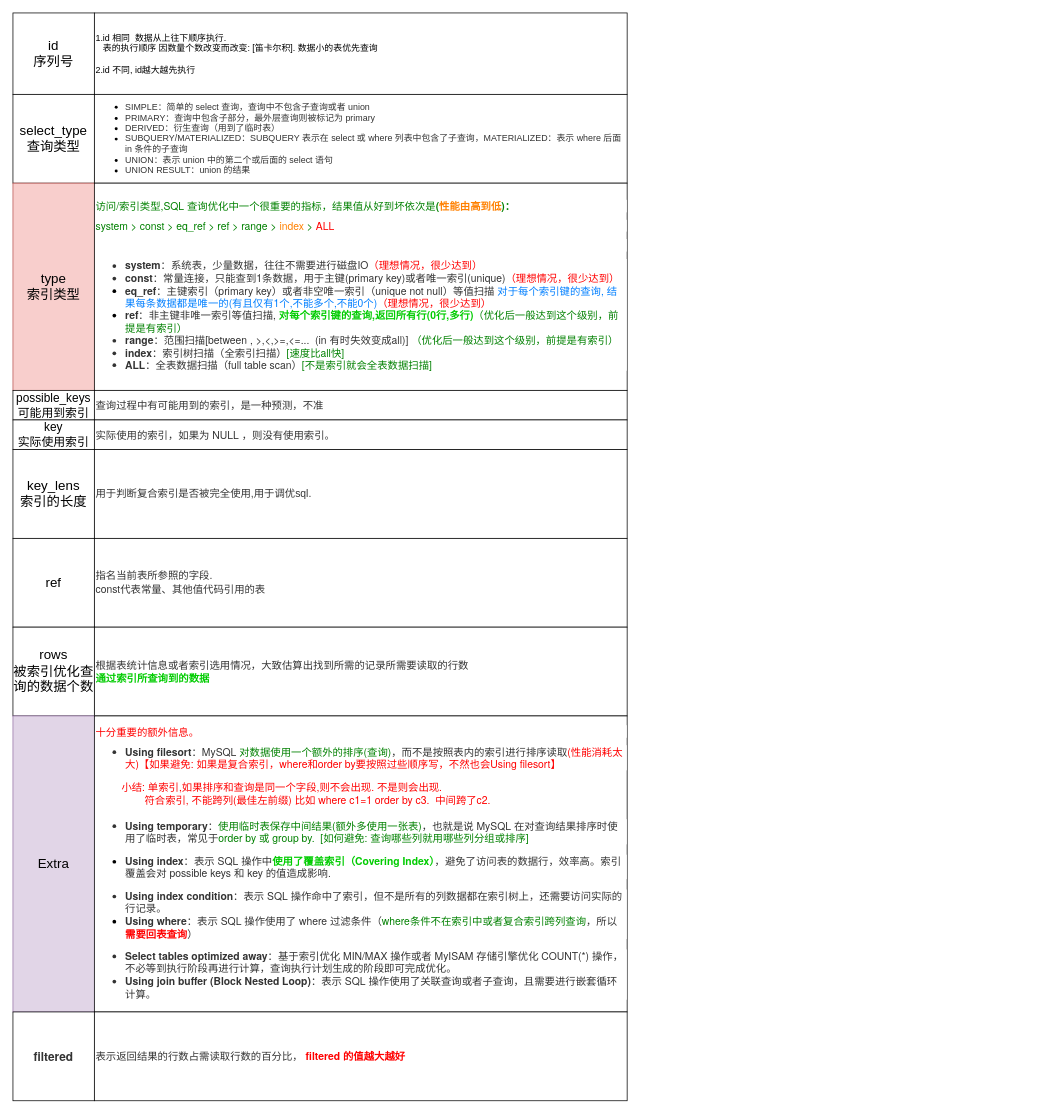
Earlier version of the draw.io diagram page "执行计划" (4 of 4) of Mysql.drawio (bayern01kahn/Tech_Diagrams). Source tidied: cells renumbered, new cells numbered last; positions are measured from the earlier drawing's top-left corner, leaving out a move shared by most shapes. Both pictures are drawn from the tidied source at 74%, with x=0, y=0 at pixel (13, 13).
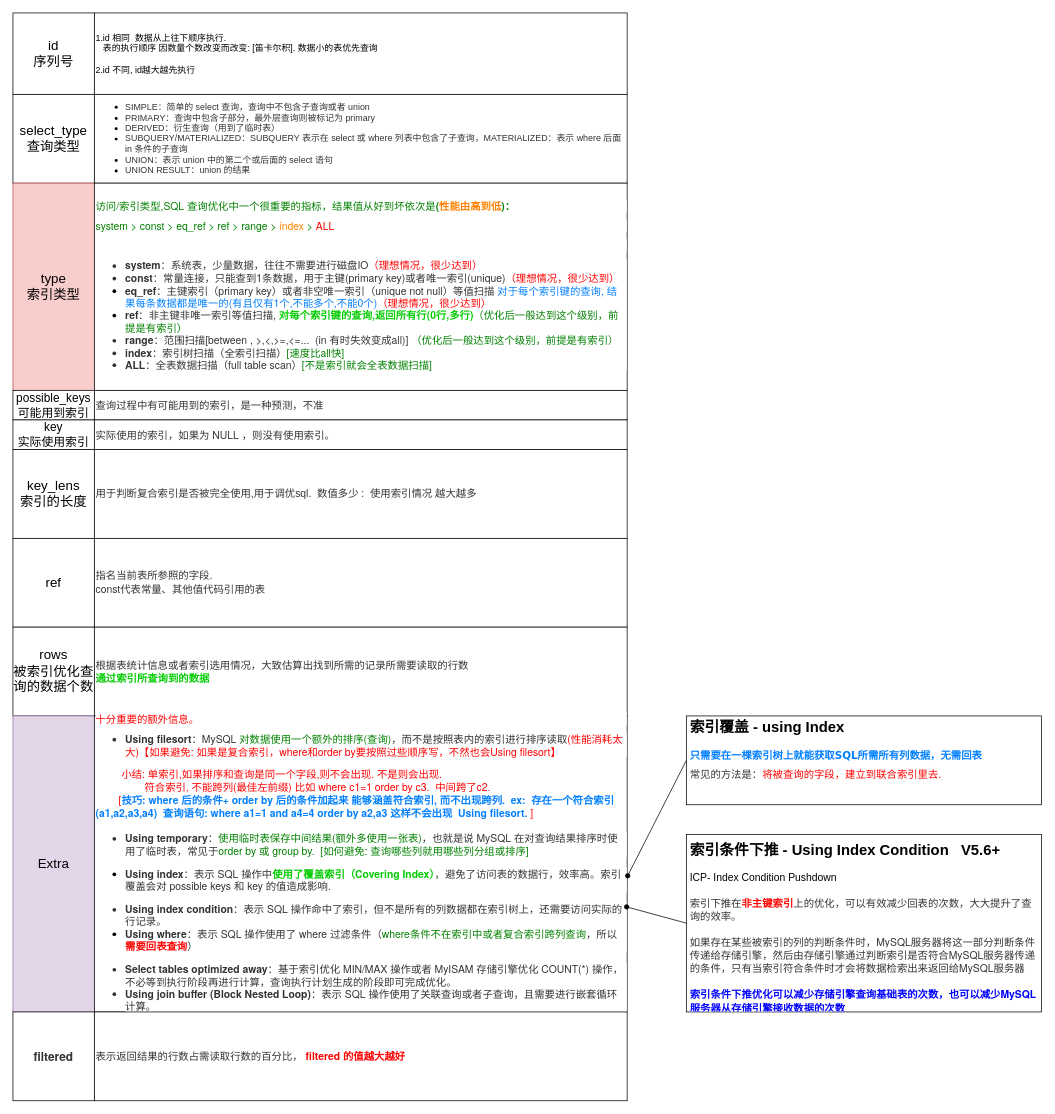
The same page after the edit.

The edit, as a diff of the source:
```diff
@@
-    <mxCell id="13" value="&lt;div&gt;&lt;font color=&quot;#333333&quot; size=&quot;1&quot;&gt;&lt;span style=&quot;background-color: rgb(255 , 255 , 255) ; font-size: 14px&quot;&gt;用于判断复合索引是否被完全使用,用于调优sql.&lt;/span&gt;&lt;/font&gt;&lt;/div&gt;" style="rounded=0;whiteSpace=wrap;html=1;align=left;" parent="1" vertex="1">
+    <mxCell id="13" value="&lt;div&gt;&lt;font color=&quot;#333333&quot; size=&quot;1&quot;&gt;&lt;span style=&quot;background-color: rgb(255 , 255 , 255) ; font-size: 14px&quot;&gt;用于判断复合索引是否被完全使用,用于调优sql.&amp;nbsp; 数值多少 :&amp;nbsp; 使用索引情况 越大越多&lt;/span&gt;&lt;/font&gt;&lt;/div&gt;" style="rounded=0;whiteSpace=wrap;html=1;align=left;" parent="1" vertex="1">
       <mxGeometry x="110" y="590" width="720" height="120" as="geometry" />
     </mxCell>
@@
-    <mxCell id="19" value="&lt;p style=&quot;margin: 10px auto ; padding: 0px ; color: rgb(51 , 51 , 51) ; font-family: &amp;#34;pingfang sc&amp;#34; , &amp;#34;microsoft yahei&amp;#34; , &amp;#34;helvetica neue&amp;#34; , &amp;#34;helvetica&amp;#34; , &amp;#34;arial&amp;#34; , sans-serif ; font-size: 14px ; background-color: rgb(255 , 255 , 255)&quot;&gt;&lt;span style=&quot;margin: 0px ; padding: 0px ; color: rgb(255 , 0 , 0)&quot;&gt;十分重要的额外信息。&lt;/span&gt;&lt;/p&gt;&lt;ul style=&quot;margin: 0px 0px 1em 40px ; padding: 0px ; color: rgb(51 , 51 , 51) ; font-family: &amp;#34;pingfang sc&amp;#34; , &amp;#34;microsoft yahei&amp;#34; , &amp;#34;helvetica neue&amp;#34; , &amp;#34;helvetica&amp;#34; , &amp;#34;arial&amp;#34; , sans-serif ; font-size: 14px ; background-color: rgb(255 , 255 , 255)&quot;&gt;&lt;li style=&quot;margin: 0px ; padding: 0px ; list-style-type: disc&quot;&gt;&lt;strong style=&quot;margin: 0px ; padding: 0px&quot;&gt;Using filesort&lt;/strong&gt;：MySQL&amp;nbsp;&lt;span style=&quot;margin: 0px ; padding: 0px ; color: rgb(0 , 128 , 0)&quot;&gt;对数据使用一个额外的排序(查询)&lt;/span&gt;，而不是按照表内的索引进行排序读取&lt;span style=&quot;margin: 0px ; padding: 0px ; color: rgb(255 , 0 , 0)&quot;&gt;(性能消耗太大)【如果避免: 如果是复合索引，where和order by要按照过些顺序写，不然也会Using filesort】&lt;/span&gt;&lt;/li&gt;&lt;/ul&gt;&lt;div&gt;&lt;font color=&quot;#ff0000&quot; face=&quot;pingfang sc, microsoft yahei, helvetica neue, helvetica, arial, sans-serif&quot;&gt;&lt;span style=&quot;font-size: 14px&quot;&gt;&amp;nbsp; &amp;nbsp; &amp;nbsp; &amp;nbsp; &amp;nbsp;小结: 单索引,如果排序和查询是同一个字段,则不会出现. 不是则会出现.&lt;/span&gt;&lt;/font&gt;&lt;/div&gt;&lt;div&gt;&lt;font color=&quot;#ff0000&quot; face=&quot;pingfang sc, microsoft yahei, helvetica neue, helvetica, arial, sans-serif&quot;&gt;&lt;span style=&quot;font-size: 14px&quot;&gt;&amp;nbsp; &amp;nbsp; &amp;nbsp; &amp;nbsp; &amp;nbsp; &amp;nbsp; &amp;nbsp; &amp;nbsp; &amp;nbsp;符合索引, 不能跨列(最佳左前缀) 比如 where c1=1 order by c3.&amp;nbsp; 中间跨了c2.&lt;/span&gt;&lt;/font&gt;&lt;/div&gt;&lt;div&gt;&lt;font color=&quot;#ff0000&quot; face=&quot;pingfang sc, microsoft yahei, helvetica neue, helvetica, arial, sans-serif&quot;&gt;&lt;span style=&quot;font-size: 14px&quot;&gt;&lt;br&gt;&lt;/span&gt;&lt;/font&gt;&lt;/div&gt;&lt;ul style=&quot;margin: 0px 0px 1em 40px ; padding: 0px ; color: rgb(51 , 51 , 51) ; font-family: &amp;#34;pingfang sc&amp;#34; , &amp;#34;microsoft yahei&amp;#34; , &amp;#34;helvetica neue&amp;#34; , &amp;#34;helvetica&amp;#34; , &amp;#34;arial&amp;#34; , sans-serif ; font-size: 14px ; background-color: rgb(255 , 255 , 255)&quot;&gt;&lt;li style=&quot;margin: 0px ; padding: 0px ; list-style-type: disc&quot;&gt;&lt;strong style=&quot;margin: 0px ; padding: 0px&quot;&gt;Using temporary&lt;/strong&gt;：&lt;span style=&quot;margin: 0px ; padding: 0px ; color: rgb(0 , 128 , 0)&quot;&gt;使用临时表保存中间结果(额外多使用一张表)&lt;/span&gt;，也就是说 MySQL 在对查询结果排序时使用了临时表，常见于&lt;span style=&quot;margin: 0px ; padding: 0px ; color: rgb(0 , 128 , 0)&quot;&gt;order by 或 group by.&amp;nbsp; [如何避免: 查询哪些列就用哪些列分组或排序]&lt;/span&gt;&lt;/li&gt;&lt;/ul&gt;&lt;ul style=&quot;margin: 0px 0px 1em 40px ; padding: 0px ; font-family: &amp;#34;pingfang sc&amp;#34; , &amp;#34;microsoft yahei&amp;#34; , &amp;#34;helvetica neue&amp;#34; , &amp;#34;helvetica&amp;#34; , &amp;#34;arial&amp;#34; , sans-serif ; font-size: 14px ; background-color: rgb(255 , 255 , 255)&quot;&gt;&lt;li style=&quot;margin: 0px ; padding: 0px ; list-style-type: disc&quot;&gt;&lt;strong style=&quot;color: rgb(51 , 51 , 51) ; margin: 0px ; padding: 0px&quot;&gt;Using index&lt;/strong&gt;&lt;font color=&quot;#333333&quot;&gt;：表示 SQL 操作中&lt;/font&gt;&lt;b&gt;&lt;font color=&quot;#00cc00&quot;&gt;使用了覆盖索引（Covering Index）&lt;/font&gt;&lt;/b&gt;&lt;font color=&quot;#333333&quot;&gt;，避免了访问表的数据行，效率高。索引覆盖会对 possible keys 和 key 的值造成影响.&lt;/font&gt;&lt;/li&gt;&lt;/ul&gt;&lt;ul style=&quot;margin: 0px 0px 1em 40px ; padding: 0px ; font-family: &amp;#34;pingfang sc&amp;#34; , &amp;#34;microsoft yahei&amp;#34; , &amp;#34;helvetica neue&amp;#34; , &amp;#34;helvetica&amp;#34; , &amp;#34;arial&amp;#34; , sans-serif ; font-size: 14px ; background-color: rgb(255 , 255 , 255)&quot;&gt;&lt;li style=&quot;color: rgb(51 , 51 , 51) ; margin: 0px ; padding: 0px ; list-style-type: disc&quot;&gt;&lt;strong style=&quot;margin: 0px ; padding: 0px&quot;&gt;Using index condition&lt;/strong&gt;：表示 SQL 操作命中了索引，但不是所有的列数据都在索引树上，还需要访问实际的行记录。&lt;/li&gt;&lt;li style=&quot;margin: 0px ; padding: 0px ; list-style-type: disc&quot;&gt;&lt;strong style=&quot;color: rgb(51 , 51 , 51) ; margin: 0px ; padding: 0px&quot;&gt;Using where&lt;/strong&gt;&lt;font color=&quot;#333333&quot;&gt;：表示 SQL 操作使用了 where 过滤条件（&lt;/font&gt;&lt;span style=&quot;color: rgb(0 , 128 , 0) ; margin: 0px ; padding: 0px&quot;&gt;where条件不在索引中或者复合索引跨列查询&lt;/span&gt;&lt;font color=&quot;#333333&quot;&gt;，所以&lt;/font&gt;&lt;b&gt;&lt;font color=&quot;#ff0000&quot;&gt;需要回表查询&lt;/font&gt;&lt;/b&gt;&lt;font color=&quot;#333333&quot;&gt;）&lt;/font&gt;&lt;/li&gt;&lt;/ul&gt;&lt;ul style=&quot;margin: 0px 0px 1em 40px ; padding: 0px ; font-family: &amp;#34;pingfang sc&amp;#34; , &amp;#34;microsoft yahei&amp;#34; , &amp;#34;helvetica neue&amp;#34; , &amp;#34;helvetica&amp;#34; , &amp;#34;arial&amp;#34; , sans-serif ; font-size: 14px ; background-color: rgb(255 , 255 , 255)&quot;&gt;&lt;li style=&quot;color: rgb(51 , 51 , 51) ; margin: 0px ; padding: 0px ; list-style-type: disc&quot;&gt;&lt;strong style=&quot;margin: 0px ; padding: 0px&quot;&gt;Select tables optimized away&lt;/strong&gt;：基于索引优化 MIN/MAX 操作或者 MyISAM 存储引擎优化 COUNT(*) 操作，不必等到执行阶段再进行计算，查询执行计划生成的阶段即可完成优化。&lt;/li&gt;&lt;li style=&quot;color: rgb(51 , 51 , 51) ; margin: 0px ; padding: 0px ; list-style-type: disc&quot;&gt;&lt;strong style=&quot;margin: 0px ; padding: 0px&quot;&gt;Using join buffer (Block Nested Loop)&lt;/strong&gt;：表示 SQL 操作使用了关联查询或者子查询，且需要进行嵌套循环计算。&lt;/li&gt;&lt;/ul&gt;" style="rounded=0;whiteSpace=wrap;html=1;align=left;" parent="1" vertex="1">
+    <mxCell id="19" value="&lt;p style=&quot;margin: 10px auto ; padding: 0px ; color: rgb(51 , 51 , 51) ; font-family: &amp;#34;pingfang sc&amp;#34; , &amp;#34;microsoft yahei&amp;#34; , &amp;#34;helvetica neue&amp;#34; , &amp;#34;helvetica&amp;#34; , &amp;#34;arial&amp;#34; , sans-serif ; font-size: 14px ; background-color: rgb(255 , 255 , 255)&quot;&gt;&lt;span style=&quot;margin: 0px ; padding: 0px ; color: rgb(255 , 0 , 0)&quot;&gt;十分重要的额外信息。&lt;/span&gt;&lt;/p&gt;&lt;ul style=&quot;margin: 0px 0px 1em 40px ; padding: 0px ; color: rgb(51 , 51 , 51) ; font-family: &amp;#34;pingfang sc&amp;#34; , &amp;#34;microsoft yahei&amp;#34; , &amp;#34;helvetica neue&amp;#34; , &amp;#34;helvetica&amp;#34; , &amp;#34;arial&amp;#34; , sans-serif ; font-size: 14px ; background-color: rgb(255 , 255 , 255)&quot;&gt;&lt;li style=&quot;margin: 0px ; padding: 0px ; list-style-type: disc&quot;&gt;&lt;strong style=&quot;margin: 0px ; padding: 0px&quot;&gt;Using filesort&lt;/strong&gt;：MySQL&amp;nbsp;&lt;span style=&quot;margin: 0px ; padding: 0px ; color: rgb(0 , 128 , 0)&quot;&gt;对数据使用一个额外的排序(查询)&lt;/span&gt;，而不是按照表内的索引进行排序读取&lt;span style=&quot;margin: 0px ; padding: 0px ; color: rgb(255 , 0 , 0)&quot;&gt;(性能消耗太大)【如果避免: 如果是复合索引，where和order by要按照过些顺序写，不然也会Using filesort】&lt;/span&gt;&lt;/li&gt;&lt;/ul&gt;&lt;div&gt;&lt;font color=&quot;#ff0000&quot; face=&quot;pingfang sc, microsoft yahei, helvetica neue, helvetica, arial, sans-serif&quot;&gt;&lt;span style=&quot;font-size: 14px&quot;&gt;&amp;nbsp; &amp;nbsp; &amp;nbsp; &amp;nbsp; &amp;nbsp;小结: 单索引,如果排序和查询是同一个字段,则不会出现. 不是则会出现.&lt;/span&gt;&lt;/font&gt;&lt;/div&gt;&lt;div&gt;&lt;font color=&quot;#ff0000&quot; face=&quot;pingfang sc, microsoft yahei, helvetica neue, helvetica, arial, sans-serif&quot;&gt;&lt;span style=&quot;font-size: 14px&quot;&gt;&amp;nbsp; &amp;nbsp; &amp;nbsp; &amp;nbsp; &amp;nbsp; &amp;nbsp; &amp;nbsp; &amp;nbsp; &amp;nbsp;符合索引, 不能跨列(最佳左前缀) 比如 where c1=1 order by c3.&amp;nbsp; 中间跨了c2.&lt;/span&gt;&lt;/font&gt;&lt;/div&gt;&lt;div&gt;&lt;font face=&quot;pingfang sc, microsoft yahei, helvetica neue, helvetica, arial, sans-serif&quot;&gt;&lt;span style=&quot;font-size: 14px&quot;&gt;&lt;font color=&quot;#ff0000&quot;&gt;&amp;nbsp; &amp;nbsp; &amp;nbsp; &amp;nbsp; [&lt;/font&gt;&lt;b&gt;&lt;font color=&quot;#007fff&quot;&gt;技巧: where 后的条件+ order by 后的条件加起来 能够涵盖符合索引, 而不出现跨列.&amp;nbsp; ex:&amp;nbsp; 存在一个符合索引&amp;nbsp; (a1,a2,a3,a4)&amp;nbsp; 查询语句: where a1=1 and a4=4 order by a2,a3 这样不会出现&amp;nbsp; Using filesort.&amp;nbsp;&lt;/font&gt;&lt;/b&gt;&lt;font color=&quot;#ff0000&quot;&gt;]&lt;/font&gt;&lt;/span&gt;&lt;/font&gt;&lt;/div&gt;&lt;div&gt;&lt;font color=&quot;#ff0000&quot; face=&quot;pingfang sc, microsoft yahei, helvetica neue, helvetica, arial, sans-serif&quot;&gt;&lt;span style=&quot;font-size: 14px&quot;&gt;&lt;br&gt;&lt;/span&gt;&lt;/font&gt;&lt;/div&gt;&lt;ul style=&quot;margin: 0px 0px 1em 40px ; padding: 0px ; color: rgb(51 , 51 , 51) ; font-family: &amp;#34;pingfang sc&amp;#34; , &amp;#34;microsoft yahei&amp;#34; , &amp;#34;helvetica neue&amp;#34; , &amp;#34;helvetica&amp;#34; , &amp;#34;arial&amp;#34; , sans-serif ; font-size: 14px ; background-color: rgb(255 , 255 , 255)&quot;&gt;&lt;li style=&quot;margin: 0px ; padding: 0px ; list-style-type: disc&quot;&gt;&lt;strong style=&quot;margin: 0px ; padding: 0px&quot;&gt;Using temporary&lt;/strong&gt;：&lt;span style=&quot;margin: 0px ; padding: 0px ; color: rgb(0 , 128 , 0)&quot;&gt;使用临时表保存中间结果(额外多使用一张表)&lt;/span&gt;，也就是说 MySQL 在对查询结果排序时使用了临时表，常见于&lt;span style=&quot;margin: 0px ; padding: 0px ; color: rgb(0 , 128 , 0)&quot;&gt;order by 或 group by.&amp;nbsp; [如何避免: 查询哪些列就用哪些列分组或排序]&lt;/span&gt;&lt;/li&gt;&lt;/ul&gt;&lt;ul style=&quot;margin: 0px 0px 1em 40px ; padding: 0px ; font-family: &amp;#34;pingfang sc&amp;#34; , &amp;#34;microsoft yahei&amp;#34; , &amp;#34;helvetica neue&amp;#34; , &amp;#34;helvetica&amp;#34; , &amp;#34;arial&amp;#34; , sans-serif ; font-size: 14px ; background-color: rgb(255 , 255 , 255)&quot;&gt;&lt;li style=&quot;margin: 0px ; padding: 0px ; list-style-type: disc&quot;&gt;&lt;strong style=&quot;color: rgb(51 , 51 , 51) ; margin: 0px ; padding: 0px&quot;&gt;Using index&lt;/strong&gt;&lt;font color=&quot;#333333&quot;&gt;：表示 SQL 操作中&lt;/font&gt;&lt;b&gt;&lt;font color=&quot;#00cc00&quot;&gt;使用了覆盖索引（Covering Index）&lt;/font&gt;&lt;/b&gt;&lt;font color=&quot;#333333&quot;&gt;，避免了访问表的数据行，效率高。索引覆盖会对 possible keys 和 key 的值造成影响.&lt;/font&gt;&lt;/li&gt;&lt;/ul&gt;&lt;ul style=&quot;margin: 0px 0px 1em 40px ; padding: 0px ; font-family: &amp;#34;pingfang sc&amp;#34; , &amp;#34;microsoft yahei&amp;#34; , &amp;#34;helvetica neue&amp;#34; , &amp;#34;helvetica&amp;#34; , &amp;#34;arial&amp;#34; , sans-serif ; font-size: 14px ; background-color: rgb(255 , 255 , 255)&quot;&gt;&lt;li style=&quot;color: rgb(51 , 51 , 51) ; margin: 0px ; padding: 0px ; list-style-type: disc&quot;&gt;&lt;strong style=&quot;margin: 0px ; padding: 0px&quot;&gt;Using index condition&lt;/strong&gt;：表示 SQL 操作命中了索引，但不是所有的列数据都在索引树上，还需要访问实际的行记录。&lt;/li&gt;&lt;li style=&quot;margin: 0px ; padding: 0px ; list-style-type: disc&quot;&gt;&lt;strong style=&quot;color: rgb(51 , 51 , 51) ; margin: 0px ; padding: 0px&quot;&gt;Using where&lt;/strong&gt;&lt;font color=&quot;#333333&quot;&gt;：表示 SQL 操作使用了 where 过滤条件（&lt;/font&gt;&lt;span style=&quot;color: rgb(0 , 128 , 0) ; margin: 0px ; padding: 0px&quot;&gt;where条件不在索引中或者复合索引跨列查询&lt;/span&gt;&lt;font color=&quot;#333333&quot;&gt;，所以&lt;/font&gt;&lt;b&gt;&lt;font color=&quot;#ff0000&quot;&gt;需要回表查询&lt;/font&gt;&lt;/b&gt;&lt;font color=&quot;#333333&quot;&gt;）&lt;/font&gt;&lt;/li&gt;&lt;/ul&gt;&lt;ul style=&quot;margin: 0px 0px 1em 40px ; padding: 0px ; font-family: &amp;#34;pingfang sc&amp;#34; , &amp;#34;microsoft yahei&amp;#34; , &amp;#34;helvetica neue&amp;#34; , &amp;#34;helvetica&amp;#34; , &amp;#34;arial&amp;#34; , sans-serif ; font-size: 14px ; background-color: rgb(255 , 255 , 255)&quot;&gt;&lt;li style=&quot;color: rgb(51 , 51 , 51) ; margin: 0px ; padding: 0px ; list-style-type: disc&quot;&gt;&lt;strong style=&quot;margin: 0px ; padding: 0px&quot;&gt;Select tables optimized away&lt;/strong&gt;：基于索引优化 MIN/MAX 操作或者 MyISAM 存储引擎优化 COUNT(*) 操作，不必等到执行阶段再进行计算，查询执行计划生成的阶段即可完成优化。&lt;/li&gt;&lt;li style=&quot;color: rgb(51 , 51 , 51) ; margin: 0px ; padding: 0px ; list-style-type: disc&quot;&gt;&lt;strong style=&quot;margin: 0px ; padding: 0px&quot;&gt;Using join buffer (Block Nested Loop)&lt;/strong&gt;：表示 SQL 操作使用了关联查询或者子查询，且需要进行嵌套循环计算。&lt;/li&gt;&lt;/ul&gt;" style="rounded=0;whiteSpace=wrap;html=1;align=left;" parent="1" vertex="1">
       <mxGeometry x="110" y="950" width="720" height="400" as="geometry" />
     </mxCell>
@@
+    <mxCell id="22" style="edgeStyle=none;rounded=0;jettySize=auto;html=1;exitX=0;exitY=0.5;exitDx=0;exitDy=0;entryX=1.001;entryY=0.54;entryDx=0;entryDy=0;entryPerimeter=0;endArrow=oval;endFill=1;" parent="1" edge="1" source="23" target="19">
+      <mxGeometry relative="1" as="geometry" />
+    </mxCell>
+    <mxCell id="23" value="&lt;h1 style=&quot;font-size: 20px&quot;&gt;&lt;font style=&quot;font-size: 20px&quot;&gt;索引覆盖 - using Index&lt;/font&gt;&lt;/h1&gt;&lt;div&gt;&lt;span style=&quot;margin: 0px ; padding: 0px ; line-height: 1.8 ; font-family: &amp;#34;verdana&amp;#34; , &amp;#34;arial&amp;#34; , &amp;#34;helvetica&amp;#34; , sans-serif ; font-size: 14px ; background-color: rgb(255 , 255 , 255)&quot;&gt;&lt;font color=&quot;#007fff&quot;&gt;&lt;b&gt;只需要在一棵索引树上就能获取SQL所需所有列数据，无需回表&lt;/b&gt;&lt;/font&gt;&lt;/span&gt;&lt;br&gt;&lt;/div&gt;&lt;div&gt;&lt;font style=&quot;font-size: 20px&quot;&gt;&lt;span style=&quot;font-size: 14px ; color: rgb(51 , 51 , 51) ; font-family: &amp;#34;verdana&amp;#34; , &amp;#34;arial&amp;#34; , &amp;#34;helvetica&amp;#34; , sans-serif&quot;&gt;常见的方法是：&lt;/span&gt;&lt;span style=&quot;color: rgb(255 , 0 , 0) ; font-size: 14px ; margin: 0px ; padding: 0px ; line-height: 1.8 ; font-family: &amp;#34;verdana&amp;#34; , &amp;#34;arial&amp;#34; , &amp;#34;helvetica&amp;#34; , sans-serif&quot;&gt;将被查询的字段，建立到联合索引里去.&lt;/span&gt;&lt;span style=&quot;color: rgb(51 , 51 , 51) ; font-family: &amp;#34;verdana&amp;#34; , &amp;#34;arial&amp;#34; , &amp;#34;helvetica&amp;#34; , sans-serif ; font-size: 14px ; background-color: rgb(255 , 255 , 255)&quot;&gt;&lt;br&gt;&lt;/span&gt;&lt;/font&gt;&lt;/div&gt;" style="text;html=1;spacing=5;spacingTop=-20;whiteSpace=wrap;overflow=hidden;rounded=0;align=left;fillColor=#ffffff;strokeColor=#000000;" parent="1" vertex="1">
+      <mxGeometry x="910" y="950" width="480" height="120" as="geometry" />
+    </mxCell>
+    <mxCell id="24" style="edgeStyle=none;rounded=0;jettySize=auto;html=1;exitX=0;exitY=0.5;exitDx=0;exitDy=0;entryX=0.999;entryY=0.645;entryDx=0;entryDy=0;entryPerimeter=0;endArrow=oval;endFill=1;" parent="1" edge="1" source="25" target="19">
+      <mxGeometry relative="1" as="geometry" />
+    </mxCell>
+    <mxCell id="25" value="&lt;h1&gt;&lt;font style=&quot;font-size: 20px&quot;&gt;索引条件下推 - Using Index Condition&amp;nbsp; &amp;nbsp;V5.6+&lt;/font&gt;&lt;/h1&gt;&lt;div&gt;&lt;font style=&quot;font-size: 14px&quot;&gt;ICP- Index Condition Pushdown&lt;/font&gt;&lt;/div&gt;&lt;div&gt;&lt;font style=&quot;font-size: 14px&quot;&gt;&lt;br&gt;&lt;/font&gt;&lt;/div&gt;&lt;div&gt;&lt;font style=&quot;font-size: 14px&quot;&gt;&lt;span style=&quot;background-color: rgb(255 , 255 , 255) ; color: rgb(51 , 51 , 51) ; font-family: &amp;#34;pingfang sc&amp;#34; , &amp;#34;microsoft yahei&amp;#34; , &amp;#34;helvetica neue&amp;#34; , &amp;#34;helvetica&amp;#34; , &amp;#34;arial&amp;#34; , sans-serif&quot;&gt;索引下推在&lt;/span&gt;&lt;span style=&quot;background-color: rgb(255 , 255 , 255) ; font-family: &amp;#34;pingfang sc&amp;#34; , &amp;#34;microsoft yahei&amp;#34; , &amp;#34;helvetica neue&amp;#34; , &amp;#34;helvetica&amp;#34; , &amp;#34;arial&amp;#34; , sans-serif ; margin: 0px ; padding: 0px&quot;&gt;&lt;span style=&quot;margin: 0px ; padding: 0px&quot;&gt;&lt;b&gt;&lt;font color=&quot;#ff0000&quot;&gt;非主键索引&lt;/font&gt;&lt;/b&gt;&lt;/span&gt;&lt;span style=&quot;color: rgb(51 , 51 , 51) ; margin: 0px ; padding: 0px&quot;&gt;上的优化，可以有效减少回表的次数，大大提升了查询的效率。&lt;/span&gt;&lt;/span&gt;&lt;br&gt;&lt;div&gt;&lt;br&gt;&lt;/div&gt;&lt;/font&gt;&lt;/div&gt;&lt;div&gt;&lt;font style=&quot;font-size: 14px&quot;&gt;&lt;span style=&quot;color: rgb(51 , 51 , 51) ; font-family: &amp;#34;pingfang sc&amp;#34; , &amp;#34;microsoft yahei&amp;#34; , &amp;#34;helvetica neue&amp;#34; , &amp;#34;helvetica&amp;#34; , &amp;#34;arial&amp;#34; , sans-serif ; background-color: rgb(255 , 255 , 255)&quot;&gt;如果存在某些被索引的列的判断条件时，MySQL服务器将这一部分判断条件传递给存储引擎，然后由存储引擎通过判断索引是否符合MySQL服务器传递的条件，只有当索引符合条件时才会将数据检索出来返回给MySQL服务器&amp;nbsp;&lt;/span&gt;&lt;br&gt;&lt;/font&gt;&lt;/div&gt;&lt;div&gt;&lt;font style=&quot;font-size: 14px&quot;&gt;&lt;span style=&quot;color: rgb(51 , 51 , 51) ; font-family: &amp;#34;pingfang sc&amp;#34; , &amp;#34;microsoft yahei&amp;#34; , &amp;#34;helvetica neue&amp;#34; , &amp;#34;helvetica&amp;#34; , &amp;#34;arial&amp;#34; , sans-serif ; background-color: rgb(255 , 255 , 255)&quot;&gt;&lt;br&gt;&lt;/span&gt;&lt;/font&gt;&lt;/div&gt;&lt;div&gt;&lt;font style=&quot;font-size: 14px&quot;&gt;&lt;strong style=&quot;margin: 0px ; padding: 0px ; color: rgb(51 , 51 , 51) ; font-family: &amp;#34;pingfang sc&amp;#34; , &amp;#34;microsoft yahei&amp;#34; , &amp;#34;helvetica neue&amp;#34; , &amp;#34;helvetica&amp;#34; , &amp;#34;arial&amp;#34; , sans-serif ; background-color: rgb(255 , 255 , 255)&quot;&gt;&lt;span style=&quot;margin: 0px ; padding: 0px ; color: rgb(0 , 0 , 255)&quot;&gt;索引条件下推优化可以减少存储引擎查询基础表的次数，也可以减少MySQL服务器从存储引擎接收数据的次数&lt;/span&gt;&lt;/strong&gt;&lt;span style=&quot;color: rgb(51 , 51 , 51) ; font-family: &amp;#34;pingfang sc&amp;#34; , &amp;#34;microsoft yahei&amp;#34; , &amp;#34;helvetica neue&amp;#34; , &amp;#34;helvetica&amp;#34; , &amp;#34;arial&amp;#34; , sans-serif ; background-color: rgb(255 , 255 , 255)&quot;&gt;&lt;br&gt;&lt;/span&gt;&lt;/font&gt;&lt;/div&gt;" style="text;html=1;spacing=5;spacingTop=-20;whiteSpace=wrap;overflow=hidden;rounded=0;align=left;fillColor=#ffffff;strokeColor=#000000;" parent="1" vertex="1">
+      <mxGeometry x="910" y="1110" width="480" height="240" as="geometry" />
+    </mxCell>
```
